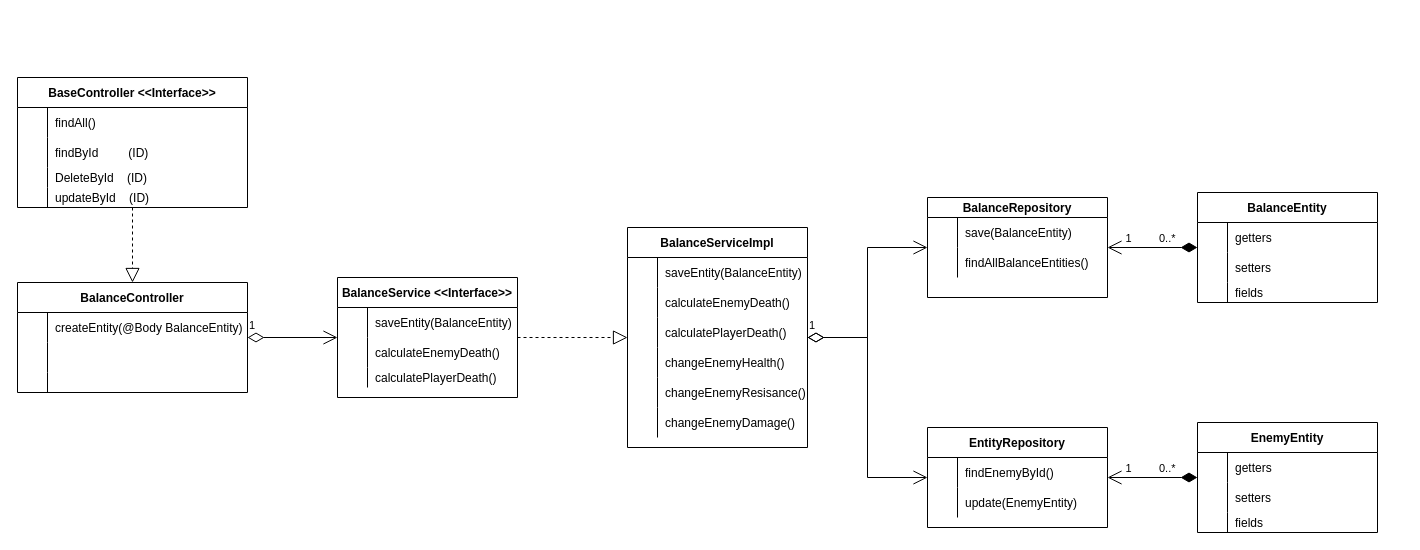
mikkaK/dungeoncrawler-be-ai keeps this draw.io diagram as project-ressources/classDiagramm.drawio. Above is the earlier version. Source tidied: cells renumbered, new cells numbered last; positions are measured from the earlier drawing's top-left corner, leaving out a move shared by most shapes. Both pictures are drawn from the tidied source at 100%, with x=0, y=0 at pixel (17, 77).
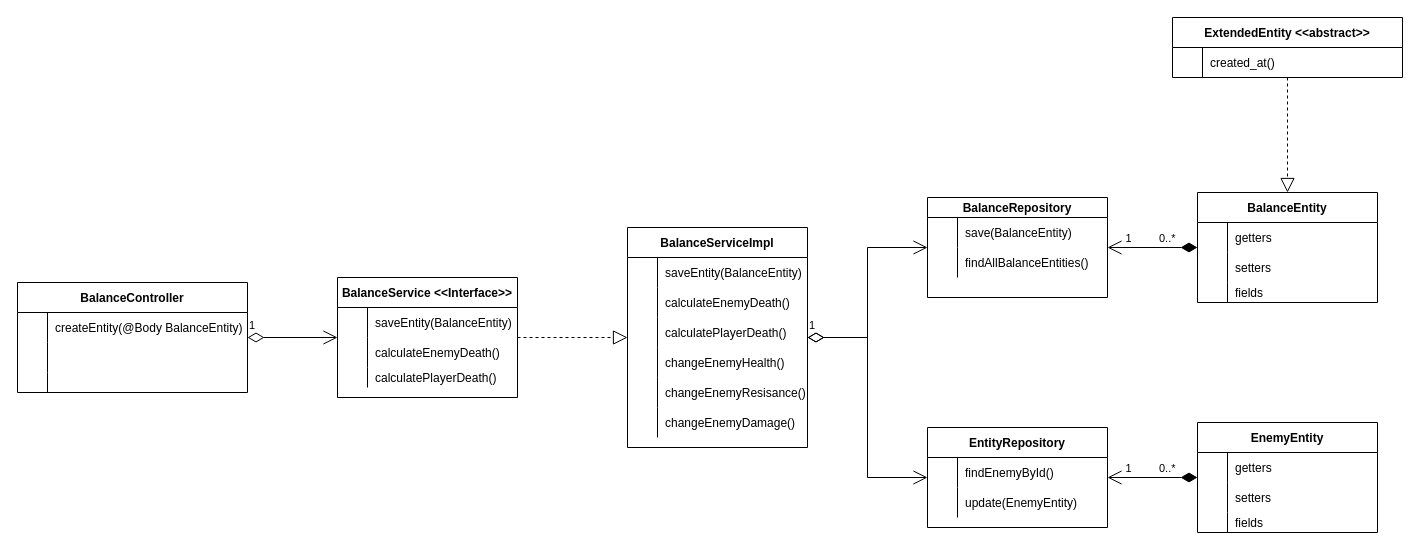
The same diagram, later.

Commit message (it also covers changes not shown here):
updated class diagram

The change refers to these unchanged cells:
```xml
<mxCell id="2" value="BalanceController" style="shape=table;startSize=30;childLayout=tableLayout;rowLines=0;fontStyle=1;align=center;" parent="1" vertex="1">
  <mxGeometry y="205" width="230" height="110" as="geometry" />
</mxCell>
<mxCell id="48" value="BalanceEntity" style="shape=table;startSize=30;childLayout=tableLayout;rowLines=0;fontStyle=1;align=center;" parent="1" vertex="1">
  <mxGeometry x="1180" y="115" width="180" height="110" as="geometry" />
</mxCell>
<mxCell id="84" style="shape=tableRow;horizontal=0;startSize=0;swimlaneHead=0;swimlaneBody=0;fillColor=none;top=0;left=0;right=0;bottom=0;" parent="83" vertex="1">
  <mxGeometry y="30" width="230" height="30" as="geometry" />
</mxCell>
```

What changed in the source:
```diff
@@
-    <mxCell id="83" value="BaseController &lt;&lt;Interface&gt;&gt;" style="shape=table;startSize=30;childLayout=tableLayout;rowLines=0;fontStyle=1;align=center;" parent="1" vertex="1">
-      <mxGeometry width="230" height="130" as="geometry" />
+    <mxCell id="83" value="ExtendedEntity &lt;&lt;abstract&gt;&gt;" style="shape=table;startSize=30;childLayout=tableLayout;rowLines=0;fontStyle=1;align=center;" parent="1" vertex="1">
+      <mxGeometry x="1155" y="-60" width="230" height="60" as="geometry" />
     </mxCell>
@@
-    <mxCell id="86" value="findAll()" style="shape=partialRectangle;fillColor=none;top=0;left=0;bottom=0;right=0;align=left;spacingLeft=6;overflow=hidden;" parent="84" vertex="1">
+    <mxCell id="86" value="created_at()" style="shape=partialRectangle;fillColor=none;top=0;left=0;bottom=0;right=0;align=left;spacingLeft=6;overflow=hidden;" parent="84" vertex="1">
       <mxGeometry x="30" width="200" height="30" as="geometry" />
     </mxCell>
-    <mxCell id="87" style="shape=tableRow;horizontal=0;startSize=0;swimlaneHead=0;swimlaneBody=0;fillColor=none;top=0;left=0;right=0;bottom=0;" parent="83" vertex="1">
-      <mxGeometry y="60" width="230" height="30" as="geometry" />
-    </mxCell>
-    <mxCell id="88" value="                " style="shape=partialRectangle;fillColor=none;top=0;left=0;bottom=0;right=0;overflow=hidden;" parent="87" vertex="1">
-      <mxGeometry width="30" height="30" as="geometry" />
-    </mxCell>
-    <mxCell id="89" value="findById         (ID)" style="shape=partialRectangle;fillColor=none;top=0;left=0;bottom=0;right=0;align=left;spacingLeft=6;overflow=hidden;" parent="87" vertex="1">
-      <mxGeometry x="30" width="200" height="30" as="geometry" />
-    </mxCell>
-    <mxCell id="90" style="shape=tableRow;horizontal=0;startSize=0;swimlaneHead=0;swimlaneBody=0;fillColor=none;top=0;left=0;right=0;bottom=0;" parent="83" vertex="1">
-      <mxGeometry y="90" width="230" height="20" as="geometry" />
-    </mxCell>
-    <mxCell id="91" value="                " style="shape=partialRectangle;fillColor=none;top=0;left=0;bottom=0;right=0;overflow=hidden;" parent="90" vertex="1">
-      <mxGeometry width="30" height="20" as="geometry" />
-    </mxCell>
-    <mxCell id="92" value="DeleteById    (ID)" style="shape=partialRectangle;fillColor=none;top=0;left=0;bottom=0;right=0;align=left;spacingLeft=6;overflow=hidden;" parent="90" vertex="1">
-      <mxGeometry x="30" width="200" height="20" as="geometry" />
-    </mxCell>
-    <mxCell id="93" style="shape=tableRow;horizontal=0;startSize=0;swimlaneHead=0;swimlaneBody=0;fillColor=none;top=0;left=0;right=0;bottom=0;" parent="83" vertex="1">
-      <mxGeometry y="110" width="230" height="20" as="geometry" />
-    </mxCell>
-    <mxCell id="94" value="                " style="shape=partialRectangle;fillColor=none;top=0;left=0;bottom=0;right=0;overflow=hidden;" parent="93" vertex="1">
-      <mxGeometry width="30" height="20" as="geometry" />
-    </mxCell>
-    <mxCell id="95" value="updateById    (ID)" style="shape=partialRectangle;fillColor=none;top=0;left=0;bottom=0;right=0;align=left;spacingLeft=6;overflow=hidden;" parent="93" vertex="1">
-      <mxGeometry x="30" width="200" height="20" as="geometry" />
-    </mxCell>
-    <mxCell id="96" style="endArrow=block;dashed=1;endFill=0;endSize=12;html=1;rounded=0;" parent="1" edge="1" source="83" target="2">
+    <mxCell id="96" style="endArrow=block;dashed=1;endFill=0;endSize=12;html=1;rounded=0;" parent="1" edge="1" source="83" target="48">
       <mxGeometry relative="1" as="geometry" />
     </mxCell>
```
